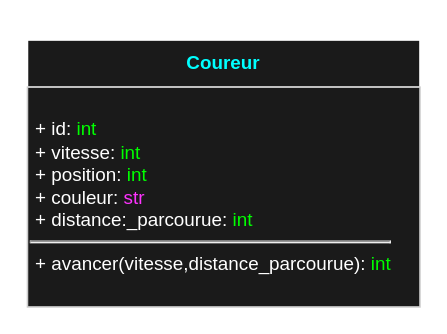
Before: course_obstacles_uml.drawio in MalekGK/Projet-0_La-course-a-obstacles, a draw.io diagram. Source tidied: cells renumbered, new cells numbered last; positions are measured from the earlier drawing's top-left corner, leaving out a move shared by most shapes. Both pictures are drawn from the tidied source at 157%, with x=0, y=0 at pixel (27, 39).
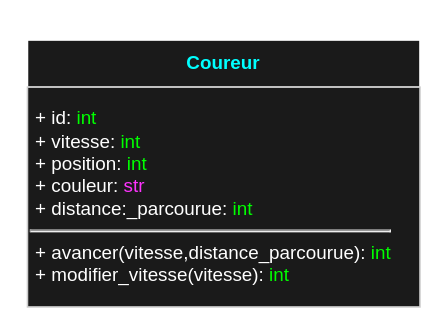
After the change.

Commit message (it also covers changes not shown here):
Fix Coureur.py, course_obstacles_uml.drawio et répartition de chaque classe, par commentaire, aux membres de l'équipe

What changed in the source:
```diff
@@
 <mxGraphModel>
   <root>
     <mxCell id="0" />
     <mxCell id="1" parent="0" />
     <mxCell id="2" value="&lt;h4&gt;&lt;b&gt;&lt;font style=&quot;color: rgb(0, 255, 255);&quot;&gt;Coureur&lt;/font&gt;&lt;/b&gt;&lt;/h4&gt;" style="text;html=1;align=center;verticalAlign=middle;whiteSpace=wrap;rounded=0;strokeColor=#FFFFFF;fillColor=#1A1A1A;" parent="1" vertex="1">
       <mxGeometry width="250" height="30" as="geometry" />
     </mxCell>
-    <mxCell id="3" value="&lt;font style=&quot;color: rgb(255, 255, 255);&quot;&gt;&amp;nbsp;+ id: &lt;/font&gt;&lt;font style=&quot;color: rgb(0, 255, 0);&quot;&gt;int&lt;/font&gt;&lt;div&gt;&lt;font style=&quot;color: rgb(255, 255, 255);&quot;&gt;&amp;nbsp;+ vitesse: &lt;font style=&quot;color: rgb(0, 255, 0);&quot;&gt;int&lt;/font&gt;&lt;/font&gt;&lt;/div&gt;&lt;div&gt;&lt;font style=&quot;color: rgb(255, 255, 255);&quot;&gt;&amp;nbsp;+ position: &lt;/font&gt;&lt;font style=&quot;color: rgb(0, 255, 0);&quot;&gt;int&lt;/font&gt;&lt;/div&gt;&lt;div&gt;&lt;font style=&quot;color: rgb(0, 255, 0);&quot;&gt;&amp;nbsp;&lt;/font&gt;&lt;font style=&quot;color: rgb(255, 255, 255);&quot;&gt;+ couleur: &lt;/font&gt;&lt;font style=&quot;color: rgb(255, 51, 255);&quot;&gt;str&lt;/font&gt;&lt;/div&gt;&lt;div&gt;&lt;font style=&quot;color: rgb(255, 255, 255);&quot;&gt;&amp;nbsp;+ distance:_parcourue: &lt;/font&gt;&lt;font style=&quot;color: rgb(0, 255, 0);&quot;&gt;int&lt;/font&gt;&lt;/div&gt;&lt;hr&gt;&lt;font style=&quot;color: rgb(255, 255, 255);&quot;&gt;&amp;nbsp;+&lt;/font&gt;&lt;font style=&quot;color: rgb(255, 255, 255);&quot;&gt;&amp;nbsp;avancer(vitesse,distance_parcourue): &lt;/font&gt;&lt;font style=&quot;color: rgb(0, 255, 0);&quot;&gt;int&lt;/font&gt;&lt;div&gt;&lt;/div&gt;" style="rounded=0;whiteSpace=wrap;html=1;align=left;fillColor=#1A1A1A;strokeColor=#CCCCCC;" parent="1" vertex="1">
+    <mxCell id="3" value="&lt;font style=&quot;color: rgb(255, 255, 255);&quot;&gt;&amp;nbsp;+ id: &lt;/font&gt;&lt;font style=&quot;color: rgb(0, 255, 0);&quot;&gt;int&lt;/font&gt;&lt;div&gt;&lt;font style=&quot;color: rgb(255, 255, 255);&quot;&gt;&amp;nbsp;+ vitesse: &lt;font style=&quot;color: rgb(0, 255, 0);&quot;&gt;int&lt;/font&gt;&lt;/font&gt;&lt;/div&gt;&lt;div&gt;&lt;font style=&quot;color: rgb(255, 255, 255);&quot;&gt;&amp;nbsp;+ position: &lt;/font&gt;&lt;font style=&quot;color: rgb(0, 255, 0);&quot;&gt;int&lt;/font&gt;&lt;/div&gt;&lt;div&gt;&lt;font style=&quot;color: rgb(0, 255, 0);&quot;&gt;&amp;nbsp;&lt;/font&gt;&lt;font style=&quot;color: rgb(255, 255, 255);&quot;&gt;+ couleur: &lt;/font&gt;&lt;font style=&quot;color: rgb(255, 51, 255);&quot;&gt;str&lt;/font&gt;&lt;/div&gt;&lt;div&gt;&lt;font style=&quot;color: rgb(255, 255, 255);&quot;&gt;&amp;nbsp;+ distance:_parcourue: &lt;/font&gt;&lt;font style=&quot;color: rgb(0, 255, 0);&quot;&gt;int&lt;/font&gt;&lt;/div&gt;&lt;hr&gt;&lt;font style=&quot;color: rgb(255, 255, 255);&quot;&gt;&amp;nbsp;+&lt;/font&gt;&lt;font style=&quot;color: rgb(255, 255, 255);&quot;&gt;&amp;nbsp;avancer(vitesse,distance_parcourue): &lt;/font&gt;&lt;font style=&quot;color: rgb(0, 255, 0);&quot;&gt;int&lt;/font&gt;&lt;div&gt;&lt;/div&gt;&lt;div&gt;&lt;font color=&quot;#00ff00&quot;&gt;&amp;nbsp;&lt;/font&gt;&lt;font style=&quot;color: rgb(255, 255, 255);&quot;&gt;+ modifier_vitesse(vitesse): &lt;/font&gt;&lt;font style=&quot;color: rgb(0, 255, 0);&quot;&gt;int&lt;/font&gt;&lt;/div&gt;" style="rounded=0;whiteSpace=wrap;html=1;align=left;fillColor=#1A1A1A;strokeColor=#CCCCCC;" parent="1" vertex="1">
       <mxGeometry y="30" width="250" height="140" as="geometry" />
     </mxCell>
   </root>
 </mxGraphModel>
```
